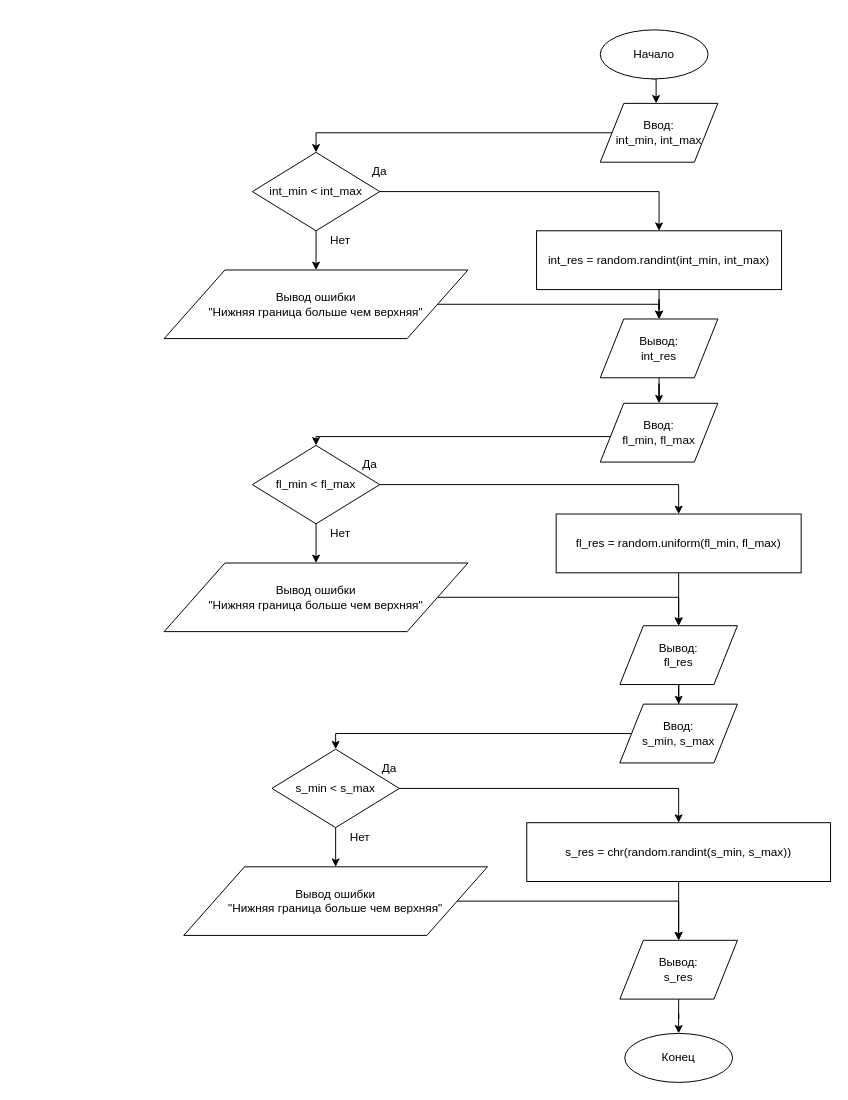
Above: page "task_3" (3 of 7) of les1/les_1.drawio in damkh/gb_py_alg_2020-07 (draw.io), before the change. Source tidied: cells renumbered, new cells numbered last; positions are measured from the earlier drawing's top-left corner, leaving out a move shared by most shapes. Both pictures are drawn from the tidied source at 98%, with x=0, y=0 at pixel (164, 29).
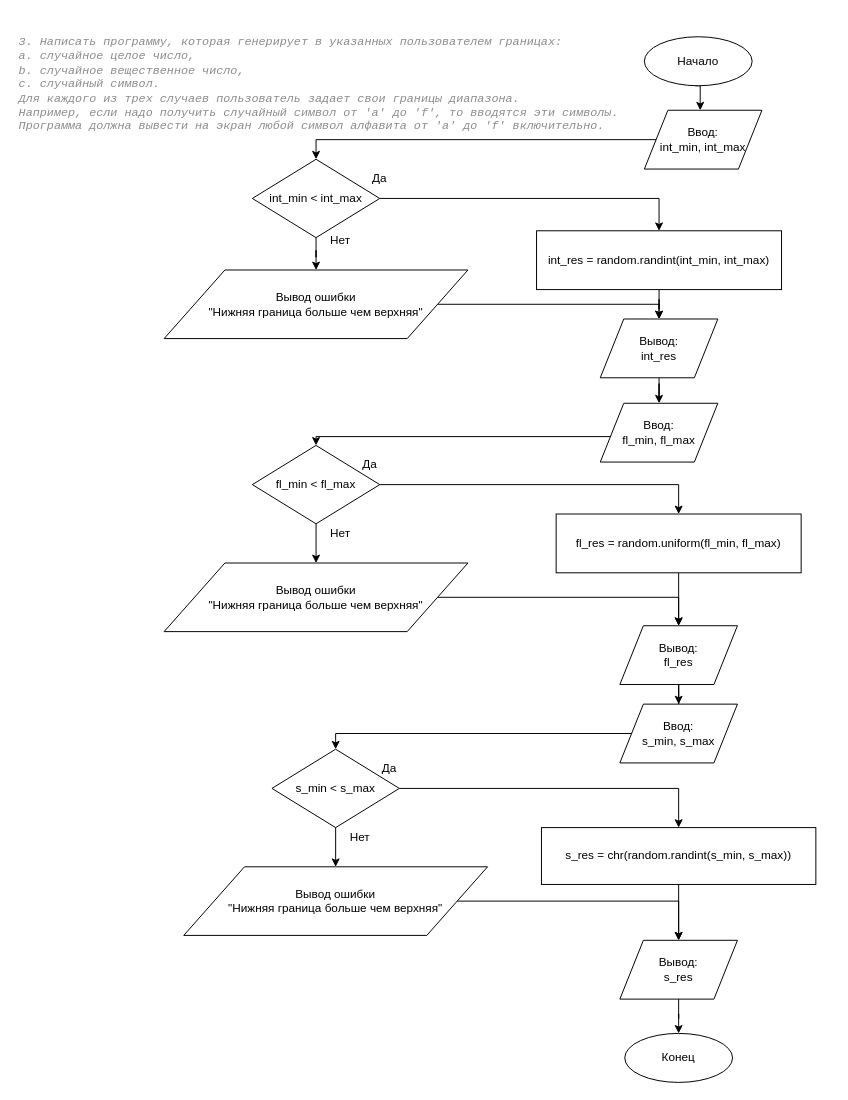
After the change.

The change refers to these unchanged cells:
```xml
<mxCell id="11" value="int_res = random.randint(int_min, int_max)" style="rounded=0;whiteSpace=wrap;html=1;" parent="1" vertex="1">
  <mxGeometry x="380" y="205" width="250" height="60" as="geometry" />
</mxCell>
```

What changed in the source:
```diff
@@
     <mxCell id="2" style="edgeStyle=orthogonalEdgeStyle;rounded=0;orthogonalLoop=1;jettySize=auto;html=1;entryX=0.5;entryY=0;entryDx=0;entryDy=0;" parent="1" edge="1">
       <mxGeometry relative="1" as="geometry">
-        <mxPoint x="497" y="50" as="sourcePoint" />
-        <mxPoint x="502" y="75" as="targetPoint" />
+        <mxPoint x="542" y="57" as="sourcePoint" />
+        <mxPoint x="547" y="82" as="targetPoint" />
       </mxGeometry>
     </mxCell>
     <mxCell id="3" value="Начало" style="ellipse;whiteSpace=wrap;html=1;" parent="1" vertex="1">
-      <mxGeometry x="445" width="110" height="50" as="geometry" />
+      <mxGeometry x="490" y="7" width="110" height="50" as="geometry" />
     </mxCell>
@@
     <mxCell id="5" style="edgeStyle=orthogonalEdgeStyle;rounded=0;jettySize=auto;html=1;entryX=0.5;entryY=0;entryDx=0;entryDy=0;exitX=1;exitY=0.5;exitDx=0;exitDy=0;" parent="1" edge="1" source="25" target="11">
-      <mxGeometry relative="1" as="geometry" />
+      <mxGeometry relative="1" as="geometry">
+        <Array as="points">
+          <mxPoint x="505" y="172" />
+        </Array>
+      </mxGeometry>
     </mxCell>
@@
     <mxCell id="7" value="&lt;div&gt;Ввод:&lt;/div&gt;&lt;div&gt;int_min, int_max&lt;br&gt;&lt;/div&gt;" style="shape=parallelogram;perimeter=parallelogramPerimeter;whiteSpace=wrap;html=1;" parent="1" vertex="1">
-      <mxGeometry x="445" y="75" width="120" height="60" as="geometry" />
+      <mxGeometry x="490" y="82" width="120" height="60" as="geometry" />
     </mxCell>
@@
     <mxCell id="23" value="s_res = chr(random.randint(s_min, s_max))" style="rounded=0;whiteSpace=wrap;html=1;" parent="1" vertex="1">
-      <mxGeometry x="370" y="809" width="310" height="60" as="geometry" />
+      <mxGeometry x="385" y="814" width="280" height="58" as="geometry" />
     </mxCell>
@@
     <mxCell id="25" value="int_min &amp;lt; int_max" style="rhombus;whiteSpace=wrap;html=1;" parent="1" vertex="1">
-      <mxGeometry x="90" y="125" width="130" height="80" as="geometry" />
+      <mxGeometry x="90" y="132" width="130" height="80" as="geometry" />
     </mxCell>
     <mxCell id="26" value="Да" style="text;html=1;strokeColor=none;fillColor=none;align=center;verticalAlign=middle;whiteSpace=wrap;rounded=0;" parent="1" vertex="1">
-      <mxGeometry x="200" y="135" width="40" height="20" as="geometry" />
+      <mxGeometry x="200" y="142" width="40" height="20" as="geometry" />
     </mxCell>
@@
+    <mxCell id="44" value="&lt;pre style=&quot;background-color: #ffffff ; color: #080808 ; font-family: &amp;#34;jetbrains mono&amp;#34; , monospace ; font-size: 9 8pt&quot;&gt;&lt;span style=&quot;color: rgb(140 , 140 , 140) ; font-style: italic ; line-height: 50%&quot;&gt;3. Написать программу, которая генерирует в указанных пользователем границах:&lt;br&gt;&lt;/span&gt;&lt;span style=&quot;color: #8c8c8c ; font-style: italic&quot;&gt;a. случайное целое число,&lt;br&gt;&lt;/span&gt;&lt;span style=&quot;color: #8c8c8c ; font-style: italic&quot;&gt;b. случайное вещественное число,&lt;br&gt;&lt;/span&gt;&lt;span style=&quot;color: #8c8c8c ; font-style: italic&quot;&gt;c. случайный символ.&lt;br&gt;&lt;/span&gt;&lt;span style=&quot;color: #8c8c8c ; font-style: italic&quot;&gt;Для каждого из трех случаев пользователь задает свои границы диапазона.&lt;br&gt;&lt;/span&gt;&lt;span style=&quot;color: #8c8c8c ; font-style: italic&quot;&gt;Например, если надо получить случайный символ от 'a' до 'f', то вводятся эти символы.&lt;br&gt;&lt;/span&gt;&lt;span style=&quot;color: #8c8c8c ; font-style: italic&quot;&gt;Программа должна вывести на экран любой символ алфавита от 'a' до 'f' включительно.&lt;/span&gt;&lt;/pre&gt;" style="text;whiteSpace=wrap;html=1;" parent="1" vertex="1">
+      <mxGeometry x="-150" y="-13" width="550" height="130" as="geometry" />
+    </mxCell>
```
